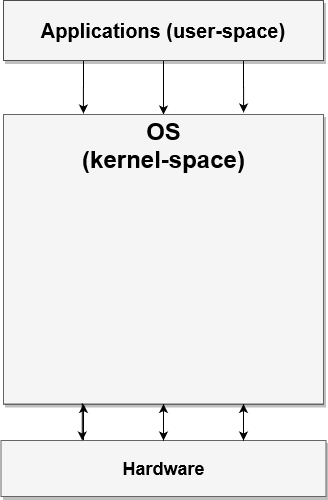
Before: Operating_Systems/img/OS-OS_1.png, a diagram exported from draw.io (Steindvart/My_study). Source tidied: cells renumbered, new cells last; positions are measured from the earlier drawing's top-left corner, leaving out a move shared by most shapes.
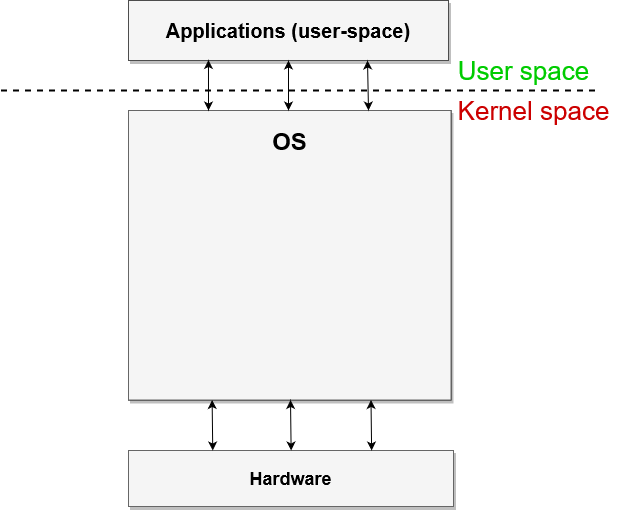
Above is the later version.

Change to the diagram source:
```diff
@@ -2,54 +2,73 @@
   <root>
     <mxCell id="0" />
     <mxCell id="1" parent="0" />
-    <mxCell id="2" style="edgeStyle=orthogonalEdgeStyle;rounded=0;jettySize=auto;html=1;exitX=0.25;exitY=1;exitDx=0;exitDy=0;entryX=0.144;entryY=-0.016;entryDx=0;entryDy=0;entryPerimeter=0;" parent="1" edge="1" source="5" target="13">
-      <mxGeometry relative="1" as="geometry" />
-    </mxCell>
-    <mxCell id="3" style="edgeStyle=orthogonalEdgeStyle;rounded=0;jettySize=auto;html=1;exitX=0.5;exitY=1;exitDx=0;exitDy=0;entryX=0.5;entryY=0;entryDx=0;entryDy=0;" parent="1" edge="1" source="5" target="13">
-      <mxGeometry relative="1" as="geometry" />
-    </mxCell>
-    <mxCell id="4" style="edgeStyle=orthogonalEdgeStyle;rounded=0;jettySize=auto;html=1;exitX=0.75;exitY=1;exitDx=0;exitDy=0;entryX=0.856;entryY=-0.032;entryDx=0;entryDy=0;entryPerimeter=0;" parent="1" edge="1" source="5" target="13">
-      <mxGeometry relative="1" as="geometry" />
-    </mxCell>
     <mxCell id="5" value="&lt;b&gt;Applications (user-space)&lt;/b&gt;" style="whiteSpace=wrap;html=1;shadow=1;fontSize=20;fillColor=#f5f5f5;strokeColor=#4D4D4D;strokeWidth=1;" parent="1" vertex="1">
-      <mxGeometry x="2" width="320" height="60" as="geometry" />
+      <mxGeometry x="12" y="10" width="320" height="60" as="geometry" />
     </mxCell>
-    <mxCell id="6" style="edgeStyle=orthogonalEdgeStyle;rounded=0;jettySize=auto;html=1;exitX=0.25;exitY=0;exitDx=0;exitDy=0;entryX=0.25;entryY=1;entryDx=0;entryDy=0;" parent="1" edge="1" source="9" target="12">
-      <mxGeometry relative="1" as="geometry" />
-    </mxCell>
-    <mxCell id="7" style="edgeStyle=orthogonalEdgeStyle;rounded=0;jettySize=auto;html=1;exitX=0.5;exitY=0;exitDx=0;exitDy=0;entryX=0.5;entryY=1;entryDx=0;entryDy=0;" parent="1" edge="1" source="9" target="12">
-      <mxGeometry relative="1" as="geometry" />
-    </mxCell>
-    <mxCell id="8" style="edgeStyle=orthogonalEdgeStyle;rounded=0;jettySize=auto;html=1;exitX=0.75;exitY=0;exitDx=0;exitDy=0;entryX=0.75;entryY=1;entryDx=0;entryDy=0;" parent="1" edge="1" source="9" target="12">
-      <mxGeometry relative="1" as="geometry" />
-    </mxCell>
     <mxCell id="9" value="&lt;b&gt;Hardware&lt;/b&gt;" style="whiteSpace=wrap;html=1;shadow=1;fontSize=18;fillColor=#f5f5f5;strokeColor=#666666;" parent="1" vertex="1">
-      <mxGeometry x="-0.5" y="440" width="325" height="56" as="geometry" />
+      <mxGeometry x="12" y="460" width="325" height="56" as="geometry" />
     </mxCell>
-    <mxCell id="10" style="edgeStyle=orthogonalEdgeStyle;rounded=0;jettySize=auto;html=1;exitX=0.5;exitY=1;exitDx=0;exitDy=0;entryX=0.5;entryY=0;entryDx=0;entryDy=0;" parent="1" edge="1" target="13">
-      <mxGeometry relative="1" as="geometry">
-        <mxPoint x="162" y="114" as="sourcePoint" />
-      </mxGeometry>
-    </mxCell>
-    <mxCell id="11" style="group;fillColor=#CCCCCC;strokeColor=#000000;rounded=0;glass=0;comic=0;" parent="1" vertex="1">
-      <mxGeometry x="2" y="114" width="320" height="289.5" as="geometry" />
-    </mxCell>
-    <mxCell id="12" style="whiteSpace=wrap;html=1;shadow=1;fontSize=18;fillColor=#f5f5f5;strokeColor=#666666;" parent="11" vertex="1">
-      <mxGeometry width="320" height="289.5" as="geometry" />
-    </mxCell>
-    <mxCell id="13" value="&lt;font style=&quot;font-size: 24px&quot;&gt;&lt;b&gt;&lt;font style=&quot;font-size: 24px&quot;&gt;OS &lt;br&gt;(kernel-space)&lt;br&gt;&lt;/font&gt;&lt;/b&gt;&lt;/font&gt;" style="text;html=1;strokeColor=none;fillColor=none;align=center;verticalAlign=middle;whiteSpace=wrap;rounded=0;" parent="11" vertex="1">
-      <mxGeometry x="47.5" width="224.9" height="62" as="geometry" />
-    </mxCell>
-    <mxCell id="14" style="edgeStyle=orthogonalEdgeStyle;rounded=0;jettySize=auto;html=1;exitX=0.75;exitY=1;exitDx=0;exitDy=0;" parent="1" edge="1" source="12">
-      <mxGeometry relative="1" as="geometry">
-        <mxPoint x="242" y="440" as="targetPoint" />
-      </mxGeometry>
-    </mxCell>
-    <mxCell id="15" style="edgeStyle=orthogonalEdgeStyle;rounded=0;jettySize=auto;html=1;exitX=0.5;exitY=1;exitDx=0;exitDy=0;entryX=0.5;entryY=0;entryDx=0;entryDy=0;" parent="1" edge="1" source="12" target="9">
-      <mxGeometry relative="1" as="geometry" />
-    </mxCell>
-    <mxCell id="16" style="edgeStyle=orthogonalEdgeStyle;rounded=0;jettySize=auto;html=1;exitX=0.25;exitY=1;exitDx=0;exitDy=0;entryX=0.25;entryY=0;entryDx=0;entryDy=0;" parent="1" edge="1" source="12" target="9">
-      <mxGeometry relative="1" as="geometry" />
-    </mxCell>
+    <mxCell id="17" style="edgeStyle=orthogonalEdgeStyle;shape=link;rounded=0;orthogonalLoop=1;jettySize=auto;html=1;shadow=0;strokeWidth=2;" parent="1" edge="1">
+      <mxGeometry relative="1" as="geometry">
+        <mxPoint x="172.1" y="120" as="sourcePoint" />
+        <mxPoint x="172" y="120" as="targetPoint" />
+      </mxGeometry>
+    </mxCell>
+    <mxCell id="18" style="group;fillColor=#CCCCCC;strokeColor=#000000;rounded=0;glass=0;comic=0;" parent="1" vertex="1">
+      <mxGeometry x="12" y="120" width="322.5" height="289.5" as="geometry" />
+    </mxCell>
+    <mxCell id="19" style="whiteSpace=wrap;html=1;shadow=1;fontSize=18;fillColor=#f5f5f5;strokeColor=#666666;" parent="18" vertex="1">
+      <mxGeometry width="322.5" height="289.5" as="geometry" />
+    </mxCell>
+    <mxCell id="20" value="&lt;font style=&quot;font-size: 24px&quot;&gt;&lt;b&gt;&lt;font style=&quot;font-size: 24px&quot;&gt;OS &lt;br&gt;&lt;/font&gt;&lt;/b&gt;&lt;/font&gt;" style="text;html=1;strokeColor=none;fillColor=none;align=center;verticalAlign=middle;whiteSpace=wrap;rounded=0;" parent="18" vertex="1">
+      <mxGeometry x="47.9" width="226.7" height="62" as="geometry" />
+    </mxCell>
+    <mxCell id="21" style="endArrow=classic;startArrow=classic;html=1;entryX=0.25;entryY=1;entryDx=0;entryDy=0;exitX=0.25;exitY=0;exitDx=0;exitDy=0;" parent="1" edge="1">
+      <mxGeometry relative="1" as="geometry">
+        <mxPoint x="96.2" y="460" as="sourcePoint" />
+        <mxPoint x="95.6" y="409.5" as="targetPoint" />
+      </mxGeometry>
+    </mxCell>
+    <mxCell id="22" style="endArrow=classic;startArrow=classic;html=1;entryX=0.25;entryY=1;entryDx=0;entryDy=0;exitX=0.25;exitY=0;exitDx=0;exitDy=0;" parent="1" edge="1">
+      <mxGeometry relative="1" as="geometry">
+        <mxPoint x="174.6" y="460" as="sourcePoint" />
+        <mxPoint x="174" y="409.5" as="targetPoint" />
+      </mxGeometry>
+    </mxCell>
+    <mxCell id="23" style="endArrow=classic;startArrow=classic;html=1;entryX=0.25;entryY=1;entryDx=0;entryDy=0;exitX=0.25;exitY=0;exitDx=0;exitDy=0;" parent="1" edge="1">
+      <mxGeometry relative="1" as="geometry">
+        <mxPoint x="255.1" y="460" as="sourcePoint" />
+        <mxPoint x="254.5" y="409.5" as="targetPoint" />
+      </mxGeometry>
+    </mxCell>
+    <mxCell id="24" style="endArrow=none;dashed=1;html=1;shadow=0;strokeWidth=2;" parent="1" edge="1">
+      <mxGeometry relative="1" as="geometry">
+        <mxPoint x="-115.5" y="100" as="sourcePoint" />
+        <mxPoint x="484.5" y="100" as="targetPoint" />
+      </mxGeometry>
+    </mxCell>
+    <mxCell id="25" value="&lt;font style=&quot;font-size: 26px&quot; color=&quot;#00CC00&quot;&gt;User space&lt;br&gt;&lt;/font&gt;" style="text;html=1;align=center;verticalAlign=middle;" parent="1" vertex="1">
+      <mxGeometry x="332" y="70" width="150" height="20" as="geometry" />
+    </mxCell>
+    <mxCell id="26" value="&lt;font style=&quot;font-size: 26px&quot; color=&quot;#CC0000&quot;&gt;Kernel space&lt;br&gt;&lt;/font&gt;" style="text;html=1;align=center;verticalAlign=middle;" parent="1" vertex="1">
+      <mxGeometry x="332" y="110" width="170" height="20" as="geometry" />
+    </mxCell>
+    <mxCell id="27" style="endArrow=classic;startArrow=classic;html=1;entryX=0.25;entryY=1;entryDx=0;entryDy=0;" parent="1" edge="1">
+      <mxGeometry relative="1" as="geometry">
+        <mxPoint x="92" y="120" as="sourcePoint" />
+        <mxPoint x="92" y="69.5" as="targetPoint" />
+      </mxGeometry>
+    </mxCell>
+    <mxCell id="28" style="endArrow=classic;startArrow=classic;html=1;entryX=0.5;entryY=1;entryDx=0;entryDy=0;exitX=0.5;exitY=0;exitDx=0;exitDy=0;" parent="1" edge="1" target="5">
+      <mxGeometry relative="1" as="geometry">
+        <mxPoint x="172" y="120" as="sourcePoint" />
+      </mxGeometry>
+    </mxCell>
+    <mxCell id="29" style="endArrow=classic;startArrow=classic;html=1;exitX=0.75;exitY=0;exitDx=0;exitDy=0;" parent="1" edge="1">
+      <mxGeometry relative="1" as="geometry">
+        <mxPoint x="252" y="120" as="sourcePoint" />
+        <mxPoint x="251" y="70" as="targetPoint" />
+      </mxGeometry>
+    </mxCell>
   </root>
 </mxGraphModel>
```
